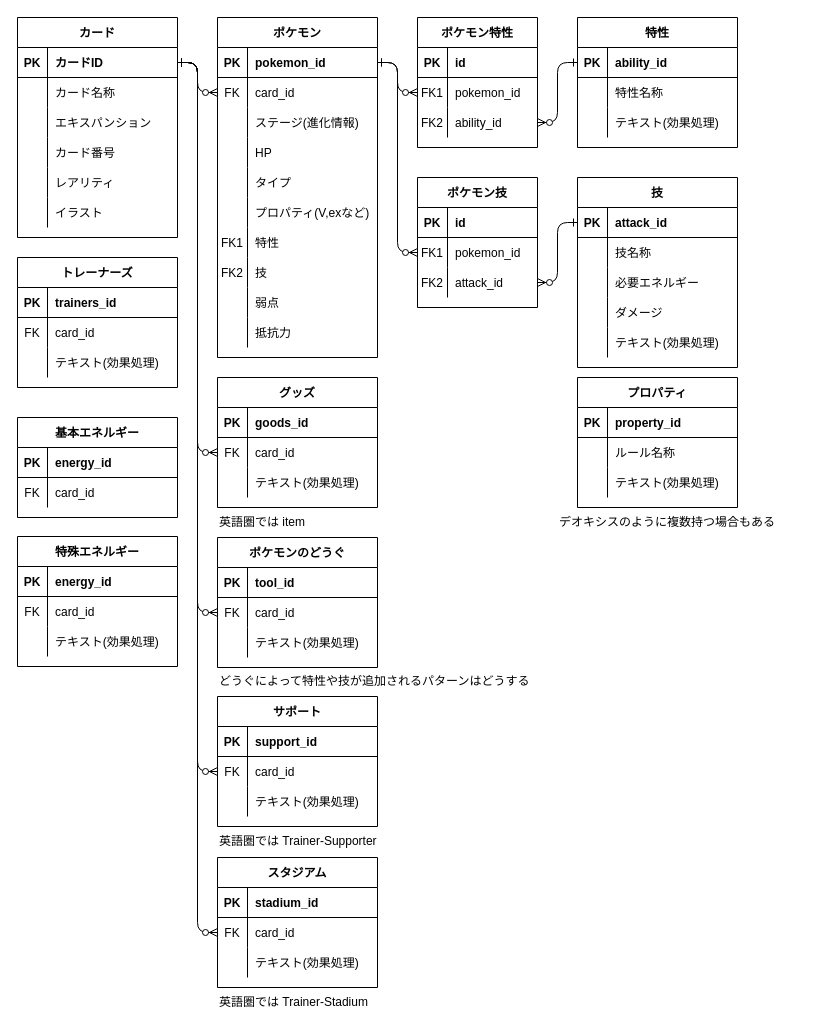
Above: page "仮決定" (3 of 4) of データベース草案.drawio in tinatamago/ptcg (draw.io), before the change. Source tidied: cells renumbered, new cells numbered last; positions are measured from the earlier drawing's top-left corner, leaving out a move shared by most shapes. Both pictures are drawn from the tidied source at 100%, with x=0, y=0 at pixel (17, 17).
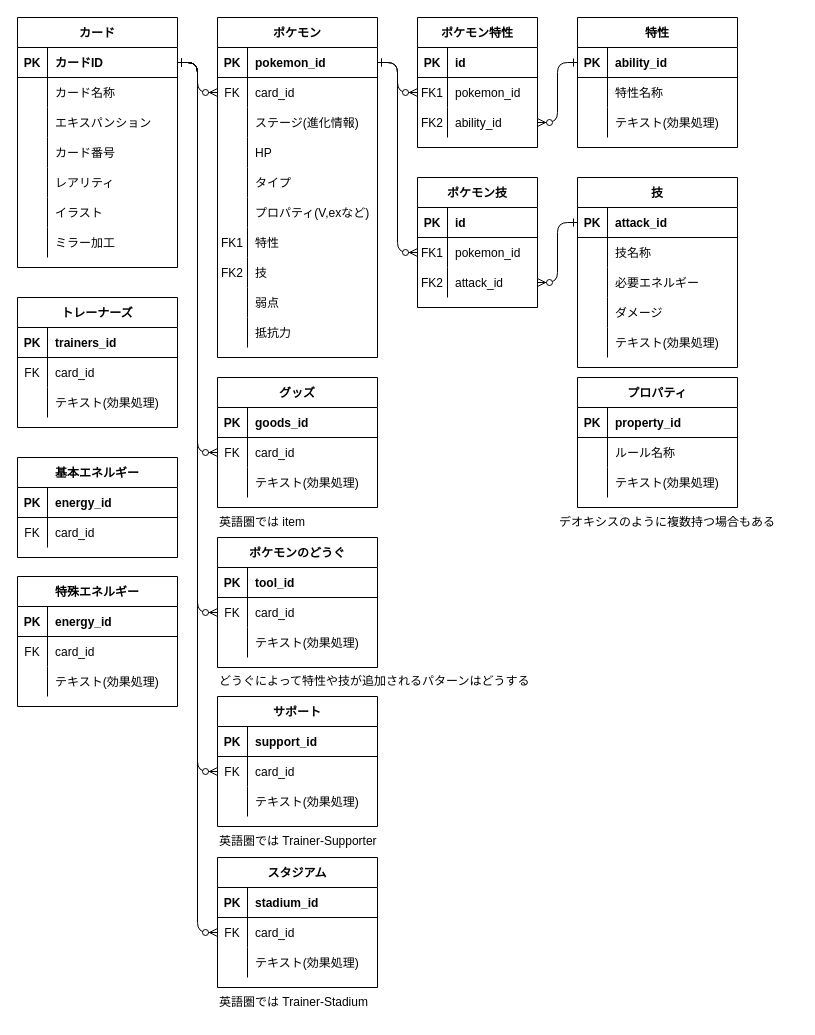
The same page after the edit.

Commit message:
データベース草案.drawio を更新します

What changed in the source:
```diff
@@
     <mxCell id="29" value="カード" style="shape=table;startSize=30;childLayout=tableLayout;rowLines=0;fontStyle=1;align=center;" parent="1" vertex="1">
-      <mxGeometry width="160" height="220" as="geometry" />
+      <mxGeometry width="160" height="250" as="geometry" />
     </mxCell>
@@
+    <mxCell id="189" style="shape=partialRectangle;fillColor=none;top=0;left=0;right=0;bottom=0;" parent="29" vertex="1">
+      <mxGeometry y="210" width="160" height="30" as="geometry" />
+    </mxCell>
+    <mxCell id="190" style="shape=partialRectangle;overflow=hidden;fillColor=none;top=0;left=0;bottom=0;right=0;" parent="189" vertex="1">
+      <mxGeometry width="30" height="30" as="geometry" />
+    </mxCell>
+    <mxCell id="191" value="ミラー加工" style="shape=partialRectangle;overflow=hidden;fillColor=none;top=0;left=0;bottom=0;right=0;align=left;spacingLeft=6;" parent="189" vertex="1">
+      <mxGeometry x="30" width="130" height="30" as="geometry" />
+    </mxCell>
@@
     <mxCell id="162" value="トレーナーズ" style="shape=table;startSize=30;childLayout=tableLayout;rowLines=0;fontStyle=1;align=center;" parent="1" vertex="1">
-      <mxGeometry y="240" width="160" height="130" as="geometry" />
+      <mxGeometry y="280" width="160" height="130" as="geometry" />
     </mxCell>
@@
     <mxCell id="172" value="基本エネルギー" style="shape=table;startSize=30;childLayout=tableLayout;rowLines=0;fontStyle=1;align=center;" parent="1" vertex="1">
-      <mxGeometry y="400" width="160" height="100" as="geometry" />
+      <mxGeometry y="440" width="160" height="100" as="geometry" />
     </mxCell>
@@
     <mxCell id="179" value="特殊エネルギー" style="shape=table;startSize=30;childLayout=tableLayout;rowLines=0;fontStyle=1;align=center;" parent="1" vertex="1">
-      <mxGeometry y="519" width="160" height="130" as="geometry" />
+      <mxGeometry y="559" width="160" height="130" as="geometry" />
     </mxCell>
```
